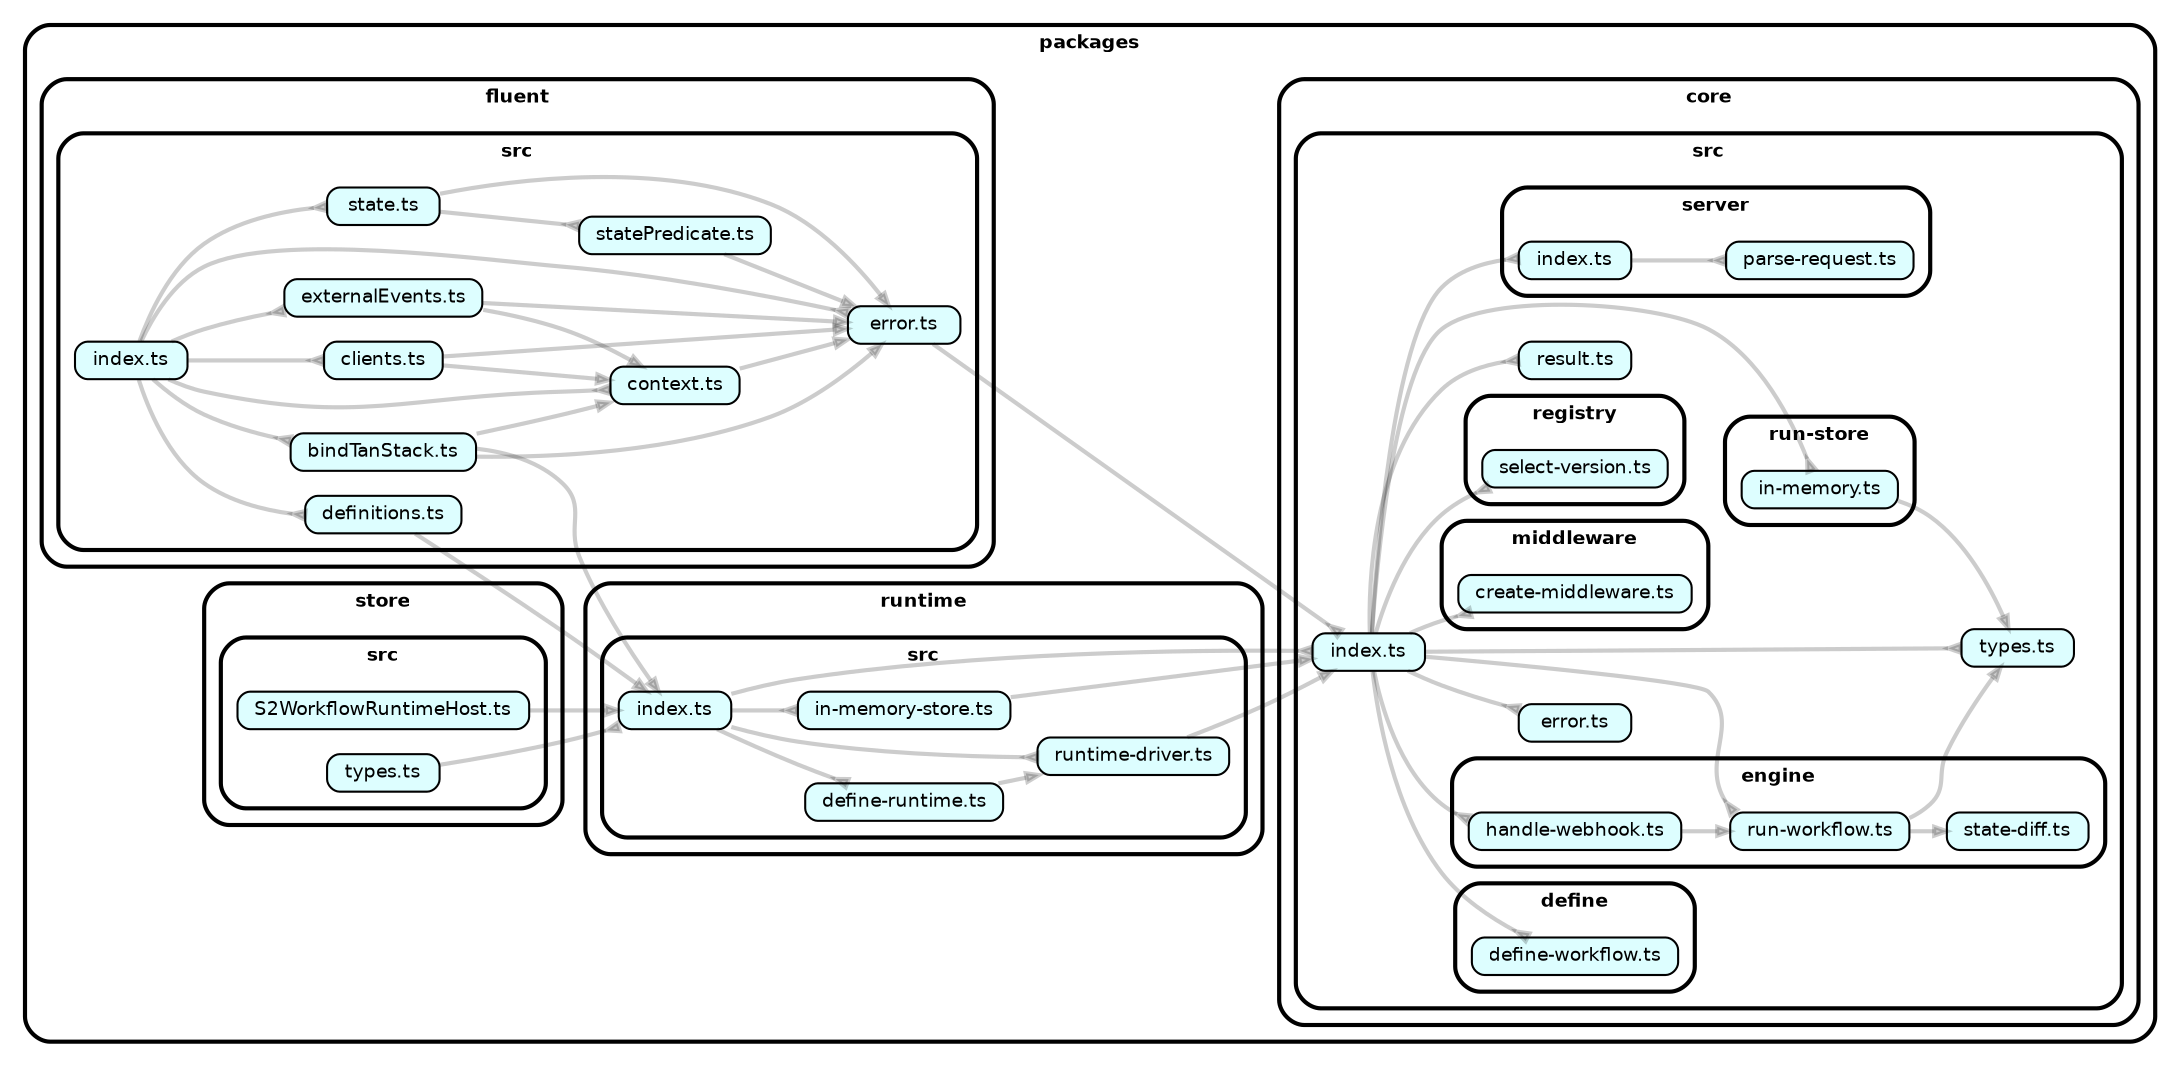
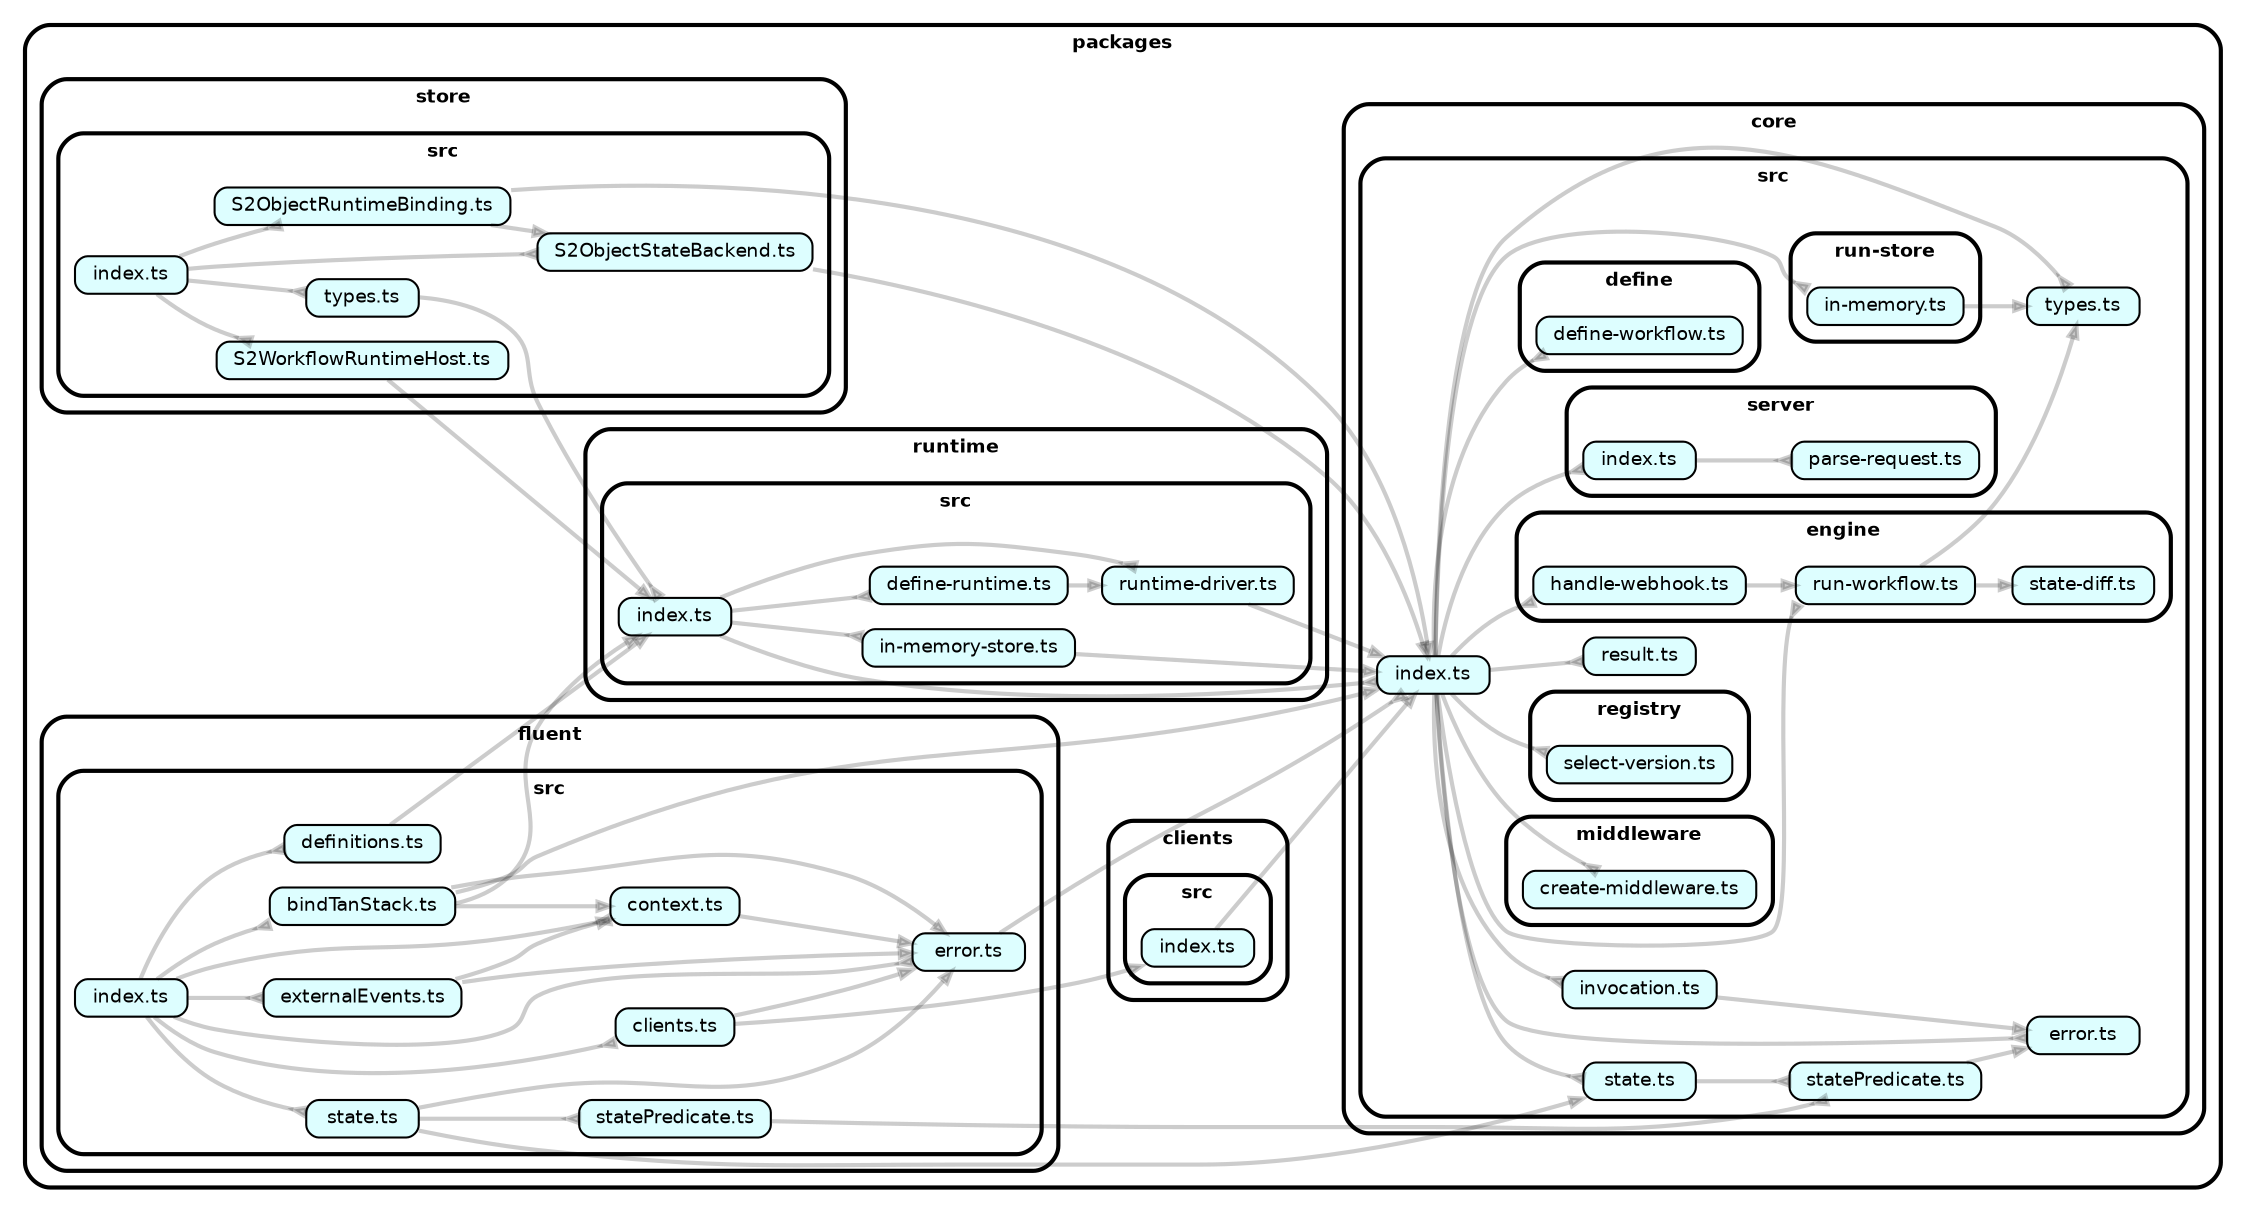
strict digraph "dependency-cruiser output"{
    rankdir="LR" splines="true" overlap="false" nodesep="0.16" ranksep="0.18" fontname="Helvetica-bold" fontsize="9" style="rounded,bold,filled" fillcolor="#ffffff" compound="true"
    node [shape="box" style="rounded, filled" height="0.2" color="black" fillcolor="#ffffcc" fontcolor="black" fontname="Helvetica" fontsize="9"]
    edge [arrowhead="normal" arrowsize="0.6" penwidth="2.0" color="#00000033" fontname="Helvetica" fontsize="9"]

+     subgraph "cluster_packages" {label="packages" subgraph "cluster_packages/clients" {label="clients" subgraph "cluster_packages/clients/src" {label="src" "packages/clients/src/index.ts" [label=<index.ts> tooltip="index.ts" URL="packages/clients/src/index.ts" fillcolor="#ddfeff"] } } }
+     "packages/clients/src/index.ts" -> "packages/core/src/index.ts"
    subgraph "cluster_packages" {label="packages" subgraph "cluster_packages/core" {label="core" subgraph "cluster_packages/core/src" {label="src" subgraph "cluster_packages/core/src/define" {label="define" "packages/core/src/define/define-workflow.ts" [label=<define-workflow.ts> tooltip="define-workflow.ts" URL="packages/core/src/define/define-workflow.ts" fillcolor="#ddfeff"] } } } }
    subgraph "cluster_packages" {label="packages" subgraph "cluster_packages/core" {label="core" subgraph "cluster_packages/core/src" {label="src" subgraph "cluster_packages/core/src/engine" {label="engine" "packages/core/src/engine/handle-webhook.ts" [label=<handle-webhook.ts> tooltip="handle-webhook.ts" URL="packages/core/src/engine/handle-webhook.ts" fillcolor="#ddfeff"] } } } }
    "packages/core/src/engine/handle-webhook.ts" -> "packages/core/src/engine/run-workflow.ts"
    subgraph "cluster_packages" {label="packages" subgraph "cluster_packages/core" {label="core" subgraph "cluster_packages/core/src" {label="src" subgraph "cluster_packages/core/src/engine" {label="engine" "packages/core/src/engine/run-workflow.ts" [label=<run-workflow.ts> tooltip="run-workflow.ts" URL="packages/core/src/engine/run-workflow.ts" fillcolor="#ddfeff"] } } } }
    "packages/core/src/engine/run-workflow.ts" -> "packages/core/src/types.ts"
    "packages/core/src/engine/run-workflow.ts" -> "packages/core/src/engine/state-diff.ts"
    subgraph "cluster_packages" {label="packages" subgraph "cluster_packages/core" {label="core" subgraph "cluster_packages/core/src" {label="src" subgraph "cluster_packages/core/src/engine" {label="engine" "packages/core/src/engine/state-diff.ts" [label=<state-diff.ts> tooltip="state-diff.ts" URL="packages/core/src/engine/state-diff.ts" fillcolor="#ddfeff"] } } } }
    subgraph "cluster_packages" {label="packages" subgraph "cluster_packages/core" {label="core" subgraph "cluster_packages/core/src" {label="src" "packages/core/src/error.ts" [label=<error.ts> tooltip="error.ts" URL="packages/core/src/error.ts" fillcolor="#ddfeff"] } } }
    subgraph "cluster_packages" {label="packages" subgraph "cluster_packages/core" {label="core" subgraph "cluster_packages/core/src" {label="src" "packages/core/src/index.ts" [label=<index.ts> tooltip="index.ts" URL="packages/core/src/index.ts" fillcolor="#ddfeff"] } } }
    "packages/core/src/index.ts" -> "packages/core/src/define/define-workflow.ts" [arrowhead="inv"]
    "packages/core/src/index.ts" -> "packages/core/src/engine/handle-webhook.ts" [arrowhead="inv"]
    "packages/core/src/index.ts" -> "packages/core/src/engine/run-workflow.ts" [arrowhead="inv"]
    "packages/core/src/index.ts" -> "packages/core/src/error.ts" [arrowhead="inv"]
+     "packages/core/src/index.ts" -> "packages/core/src/invocation.ts" [arrowhead="inv"]
    "packages/core/src/index.ts" -> "packages/core/src/middleware/create-middleware.ts" [arrowhead="inv"]
    "packages/core/src/index.ts" -> "packages/core/src/registry/select-version.ts" [arrowhead="inv"]
    "packages/core/src/index.ts" -> "packages/core/src/result.ts" [arrowhead="inv"]
    "packages/core/src/index.ts" -> "packages/core/src/run-store/in-memory.ts" [arrowhead="inv"]
    "packages/core/src/index.ts" -> "packages/core/src/server/index.ts" [arrowhead="inv"]
+     "packages/core/src/index.ts" -> "packages/core/src/state.ts" [arrowhead="inv"]
    "packages/core/src/index.ts" -> "packages/core/src/types.ts" [arrowhead="inv"]
+     subgraph "cluster_packages" {label="packages" subgraph "cluster_packages/core" {label="core" subgraph "cluster_packages/core/src" {label="src" "packages/core/src/invocation.ts" [label=<invocation.ts> tooltip="invocation.ts" URL="packages/core/src/invocation.ts" fillcolor="#ddfeff"] } } }
+     "packages/core/src/invocation.ts" -> "packages/core/src/error.ts"
    subgraph "cluster_packages" {label="packages" subgraph "cluster_packages/core" {label="core" subgraph "cluster_packages/core/src" {label="src" subgraph "cluster_packages/core/src/middleware" {label="middleware" "packages/core/src/middleware/create-middleware.ts" [label=<create-middleware.ts> tooltip="create-middleware.ts" URL="packages/core/src/middleware/create-middleware.ts" fillcolor="#ddfeff"] } } } }
    subgraph "cluster_packages" {label="packages" subgraph "cluster_packages/core" {label="core" subgraph "cluster_packages/core/src" {label="src" subgraph "cluster_packages/core/src/registry" {label="registry" "packages/core/src/registry/select-version.ts" [label=<select-version.ts> tooltip="select-version.ts" URL="packages/core/src/registry/select-version.ts" fillcolor="#ddfeff"] } } } }
    subgraph "cluster_packages" {label="packages" subgraph "cluster_packages/core" {label="core" subgraph "cluster_packages/core/src" {label="src" "packages/core/src/result.ts" [label=<result.ts> tooltip="result.ts" URL="packages/core/src/result.ts" fillcolor="#ddfeff"] } } }
    subgraph "cluster_packages" {label="packages" subgraph "cluster_packages/core" {label="core" subgraph "cluster_packages/core/src" {label="src" subgraph "cluster_packages/core/src/run-store" {label="run-store" "packages/core/src/run-store/in-memory.ts" [label=<in-memory.ts> tooltip="in-memory.ts" URL="packages/core/src/run-store/in-memory.ts" fillcolor="#ddfeff"] } } } }
    "packages/core/src/run-store/in-memory.ts" -> "packages/core/src/types.ts"
    subgraph "cluster_packages" {label="packages" subgraph "cluster_packages/core" {label="core" subgraph "cluster_packages/core/src" {label="src" subgraph "cluster_packages/core/src/server" {label="server" "packages/core/src/server/index.ts" [label=<index.ts> tooltip="index.ts" URL="packages/core/src/server/index.ts" fillcolor="#ddfeff"] } } } }
    "packages/core/src/server/index.ts" -> "packages/core/src/server/parse-request.ts" [arrowhead="inv"]
    subgraph "cluster_packages" {label="packages" subgraph "cluster_packages/core" {label="core" subgraph "cluster_packages/core/src" {label="src" subgraph "cluster_packages/core/src/server" {label="server" "packages/core/src/server/parse-request.ts" [label=<parse-request.ts> tooltip="parse-request.ts" URL="packages/core/src/server/parse-request.ts" fillcolor="#ddfeff"] } } } }
+     subgraph "cluster_packages" {label="packages" subgraph "cluster_packages/core" {label="core" subgraph "cluster_packages/core/src" {label="src" "packages/core/src/state.ts" [label=<state.ts> tooltip="state.ts" URL="packages/core/src/state.ts" fillcolor="#ddfeff"] } } }
+     "packages/core/src/state.ts" -> "packages/core/src/statePredicate.ts" [arrowhead="inv"]
+     subgraph "cluster_packages" {label="packages" subgraph "cluster_packages/core" {label="core" subgraph "cluster_packages/core/src" {label="src" "packages/core/src/statePredicate.ts" [label=<statePredicate.ts> tooltip="statePredicate.ts" URL="packages/core/src/statePredicate.ts" fillcolor="#ddfeff"] } } }
+     "packages/core/src/statePredicate.ts" -> "packages/core/src/error.ts"
    subgraph "cluster_packages" {label="packages" subgraph "cluster_packages/core" {label="core" subgraph "cluster_packages/core/src" {label="src" "packages/core/src/types.ts" [label=<types.ts> tooltip="types.ts" URL="packages/core/src/types.ts" fillcolor="#ddfeff"] } } }
    subgraph "cluster_packages" {label="packages" subgraph "cluster_packages/fluent" {label="fluent" subgraph "cluster_packages/fluent/src" {label="src" "packages/fluent/src/bindTanStack.ts" [label=<bindTanStack.ts> tooltip="bindTanStack.ts" URL="packages/fluent/src/bindTanStack.ts" fillcolor="#ddfeff"] } } }
    "packages/fluent/src/bindTanStack.ts" -> "packages/fluent/src/context.ts"
    "packages/fluent/src/bindTanStack.ts" -> "packages/fluent/src/error.ts"
+     "packages/fluent/src/bindTanStack.ts" -> "packages/core/src/index.ts"
    "packages/fluent/src/bindTanStack.ts" -> "packages/runtime/src/index.ts"
    subgraph "cluster_packages" {label="packages" subgraph "cluster_packages/fluent" {label="fluent" subgraph "cluster_packages/fluent/src" {label="src" "packages/fluent/src/clients.ts" [label=<clients.ts> tooltip="clients.ts" URL="packages/fluent/src/clients.ts" fillcolor="#ddfeff"] } } }
-     "packages/fluent/src/clients.ts" -> "packages/fluent/src/context.ts"
    "packages/fluent/src/clients.ts" -> "packages/fluent/src/error.ts"
+     "packages/fluent/src/clients.ts" -> "packages/clients/src/index.ts"
    subgraph "cluster_packages" {label="packages" subgraph "cluster_packages/fluent" {label="fluent" subgraph "cluster_packages/fluent/src" {label="src" "packages/fluent/src/context.ts" [label=<context.ts> tooltip="context.ts" URL="packages/fluent/src/context.ts" fillcolor="#ddfeff"] } } }
    "packages/fluent/src/context.ts" -> "packages/fluent/src/error.ts"
    subgraph "cluster_packages" {label="packages" subgraph "cluster_packages/fluent" {label="fluent" subgraph "cluster_packages/fluent/src" {label="src" "packages/fluent/src/definitions.ts" [label=<definitions.ts> tooltip="definitions.ts" URL="packages/fluent/src/definitions.ts" fillcolor="#ddfeff"] } } }
    "packages/fluent/src/definitions.ts" -> "packages/runtime/src/index.ts"
    subgraph "cluster_packages" {label="packages" subgraph "cluster_packages/fluent" {label="fluent" subgraph "cluster_packages/fluent/src" {label="src" "packages/fluent/src/error.ts" [label=<error.ts> tooltip="error.ts" URL="packages/fluent/src/error.ts" fillcolor="#ddfeff"] } } }
    "packages/fluent/src/error.ts" -> "packages/core/src/index.ts" [arrowhead="inv"]
    subgraph "cluster_packages" {label="packages" subgraph "cluster_packages/fluent" {label="fluent" subgraph "cluster_packages/fluent/src" {label="src" "packages/fluent/src/externalEvents.ts" [label=<externalEvents.ts> tooltip="externalEvents.ts" URL="packages/fluent/src/externalEvents.ts" fillcolor="#ddfeff"] } } }
    "packages/fluent/src/externalEvents.ts" -> "packages/fluent/src/context.ts"
    "packages/fluent/src/externalEvents.ts" -> "packages/fluent/src/error.ts"
    subgraph "cluster_packages" {label="packages" subgraph "cluster_packages/fluent" {label="fluent" subgraph "cluster_packages/fluent/src" {label="src" "packages/fluent/src/index.ts" [label=<index.ts> tooltip="index.ts" URL="packages/fluent/src/index.ts" fillcolor="#ddfeff"] } } }
    "packages/fluent/src/index.ts" -> "packages/fluent/src/bindTanStack.ts" [arrowhead="inv"]
    "packages/fluent/src/index.ts" -> "packages/fluent/src/clients.ts" [arrowhead="inv"]
    "packages/fluent/src/index.ts" -> "packages/fluent/src/context.ts" [arrowhead="inv"]
    "packages/fluent/src/index.ts" -> "packages/fluent/src/definitions.ts" [arrowhead="inv"]
    "packages/fluent/src/index.ts" -> "packages/fluent/src/error.ts" [arrowhead="inv"]
    "packages/fluent/src/index.ts" -> "packages/fluent/src/externalEvents.ts" [arrowhead="inv"]
    "packages/fluent/src/index.ts" -> "packages/fluent/src/state.ts" [arrowhead="inv"]
    subgraph "cluster_packages" {label="packages" subgraph "cluster_packages/fluent" {label="fluent" subgraph "cluster_packages/fluent/src" {label="src" "packages/fluent/src/state.ts" [label=<state.ts> tooltip="state.ts" URL="packages/fluent/src/state.ts" fillcolor="#ddfeff"] } } }
    "packages/fluent/src/state.ts" -> "packages/fluent/src/error.ts"
    "packages/fluent/src/state.ts" -> "packages/fluent/src/statePredicate.ts" [arrowhead="inv"]
+     "packages/fluent/src/state.ts" -> "packages/core/src/state.ts"
    subgraph "cluster_packages" {label="packages" subgraph "cluster_packages/fluent" {label="fluent" subgraph "cluster_packages/fluent/src" {label="src" "packages/fluent/src/statePredicate.ts" [label=<statePredicate.ts> tooltip="statePredicate.ts" URL="packages/fluent/src/statePredicate.ts" fillcolor="#ddfeff"] } } }
-     "packages/fluent/src/statePredicate.ts" -> "packages/fluent/src/error.ts"
+     "packages/fluent/src/statePredicate.ts" -> "packages/core/src/statePredicate.ts" [arrowhead="inv"]
    subgraph "cluster_packages" {label="packages" subgraph "cluster_packages/runtime" {label="runtime" subgraph "cluster_packages/runtime/src" {label="src" "packages/runtime/src/define-runtime.ts" [label=<define-runtime.ts> tooltip="define-runtime.ts" URL="packages/runtime/src/define-runtime.ts" fillcolor="#ddfeff"] } } }
    "packages/runtime/src/define-runtime.ts" -> "packages/runtime/src/runtime-driver.ts"
    subgraph "cluster_packages" {label="packages" subgraph "cluster_packages/runtime" {label="runtime" subgraph "cluster_packages/runtime/src" {label="src" "packages/runtime/src/in-memory-store.ts" [label=<in-memory-store.ts> tooltip="in-memory-store.ts" URL="packages/runtime/src/in-memory-store.ts" fillcolor="#ddfeff"] } } }
    "packages/runtime/src/in-memory-store.ts" -> "packages/core/src/index.ts"
    subgraph "cluster_packages" {label="packages" subgraph "cluster_packages/runtime" {label="runtime" subgraph "cluster_packages/runtime/src" {label="src" "packages/runtime/src/index.ts" [label=<index.ts> tooltip="index.ts" URL="packages/runtime/src/index.ts" fillcolor="#ddfeff"] } } }
    "packages/runtime/src/index.ts" -> "packages/runtime/src/define-runtime.ts" [arrowhead="inv"]
    "packages/runtime/src/index.ts" -> "packages/runtime/src/in-memory-store.ts" [arrowhead="inv"]
    "packages/runtime/src/index.ts" -> "packages/runtime/src/runtime-driver.ts" [arrowhead="inv"]
    "packages/runtime/src/index.ts" -> "packages/core/src/index.ts" [arrowhead="inv"]
    subgraph "cluster_packages" {label="packages" subgraph "cluster_packages/runtime" {label="runtime" subgraph "cluster_packages/runtime/src" {label="src" "packages/runtime/src/runtime-driver.ts" [label=<runtime-driver.ts> tooltip="runtime-driver.ts" URL="packages/runtime/src/runtime-driver.ts" fillcolor="#ddfeff"] } } }
    "packages/runtime/src/runtime-driver.ts" -> "packages/core/src/index.ts"
+     subgraph "cluster_packages" {label="packages" subgraph "cluster_packages/store" {label="store" subgraph "cluster_packages/store/src" {label="src" "packages/store/src/S2ObjectRuntimeBinding.ts" [label=<S2ObjectRuntimeBinding.ts> tooltip="S2ObjectRuntimeBinding.ts" URL="packages/store/src/S2ObjectRuntimeBinding.ts" fillcolor="#ddfeff"] } } }
+     "packages/store/src/S2ObjectRuntimeBinding.ts" -> "packages/store/src/S2ObjectStateBackend.ts"
+     "packages/store/src/S2ObjectRuntimeBinding.ts" -> "packages/core/src/index.ts"
+     subgraph "cluster_packages" {label="packages" subgraph "cluster_packages/store" {label="store" subgraph "cluster_packages/store/src" {label="src" "packages/store/src/S2ObjectStateBackend.ts" [label=<S2ObjectStateBackend.ts> tooltip="S2ObjectStateBackend.ts" URL="packages/store/src/S2ObjectStateBackend.ts" fillcolor="#ddfeff"] } } }
+     "packages/store/src/S2ObjectStateBackend.ts" -> "packages/core/src/index.ts"
    subgraph "cluster_packages" {label="packages" subgraph "cluster_packages/store" {label="store" subgraph "cluster_packages/store/src" {label="src" "packages/store/src/S2WorkflowRuntimeHost.ts" [label=<S2WorkflowRuntimeHost.ts> tooltip="S2WorkflowRuntimeHost.ts" URL="packages/store/src/S2WorkflowRuntimeHost.ts" fillcolor="#ddfeff"] } } }
    "packages/store/src/S2WorkflowRuntimeHost.ts" -> "packages/runtime/src/index.ts"
+     subgraph "cluster_packages" {label="packages" subgraph "cluster_packages/store" {label="store" subgraph "cluster_packages/store/src" {label="src" "packages/store/src/index.ts" [label=<index.ts> tooltip="index.ts" URL="packages/store/src/index.ts" fillcolor="#ddfeff"] } } }
+     "packages/store/src/index.ts" -> "packages/store/src/S2ObjectRuntimeBinding.ts" [arrowhead="inv"]
+     "packages/store/src/index.ts" -> "packages/store/src/S2ObjectStateBackend.ts" [arrowhead="inv"]
+     "packages/store/src/index.ts" -> "packages/store/src/S2WorkflowRuntimeHost.ts" [arrowhead="inv"]
+     "packages/store/src/index.ts" -> "packages/store/src/types.ts" [arrowhead="inv"]
    subgraph "cluster_packages" {label="packages" subgraph "cluster_packages/store" {label="store" subgraph "cluster_packages/store/src" {label="src" "packages/store/src/types.ts" [label=<types.ts> tooltip="types.ts" URL="packages/store/src/types.ts" fillcolor="#ddfeff"] } } }
    "packages/store/src/types.ts" -> "packages/runtime/src/index.ts" [arrowhead="inv"]
}
